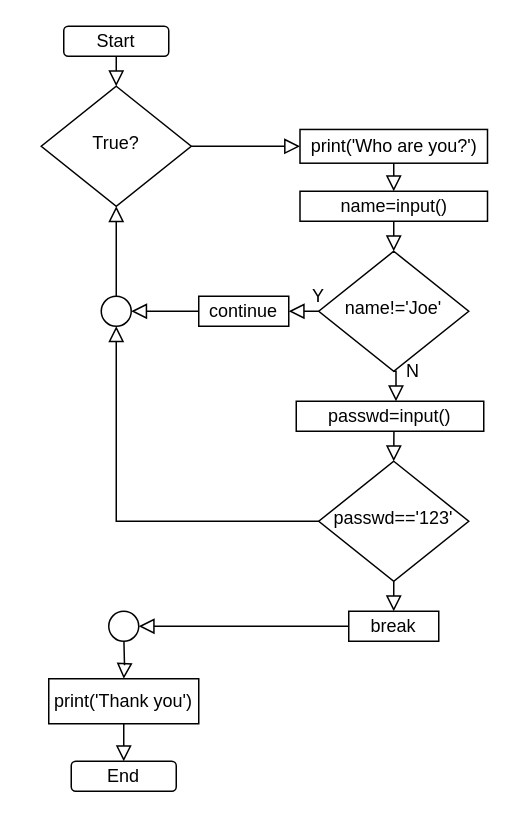
This is Lecture02/flowchart_while_continue.drawio from kuntoto/01204111_CPExx, a draw.io file, before an edit. Source tidied: cells renumbered, new cells numbered last; positions are measured from the earlier drawing's top-left corner, leaving out a move shared by most shapes. Both pictures are drawn from the tidied source at 150%, with x=0, y=0 at pixel (40, 26).
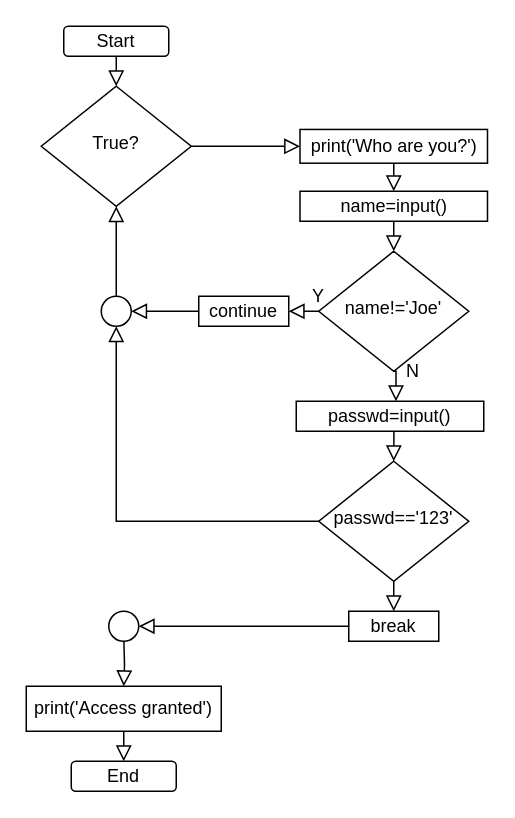
After the change.

Diff of the diagram source:
```diff
@@
-    <mxCell id="17" value="print('Thank you')" style="rounded=0;whiteSpace=wrap;html=1;" parent="1" vertex="1">
-      <mxGeometry x="5" y="435" width="100" height="30" as="geometry" />
+    <mxCell id="17" value="print('Access granted')" style="rounded=0;whiteSpace=wrap;html=1;" parent="1" vertex="1">
+      <mxGeometry x="-10" y="440" width="130" height="30" as="geometry" />
     </mxCell>
```
